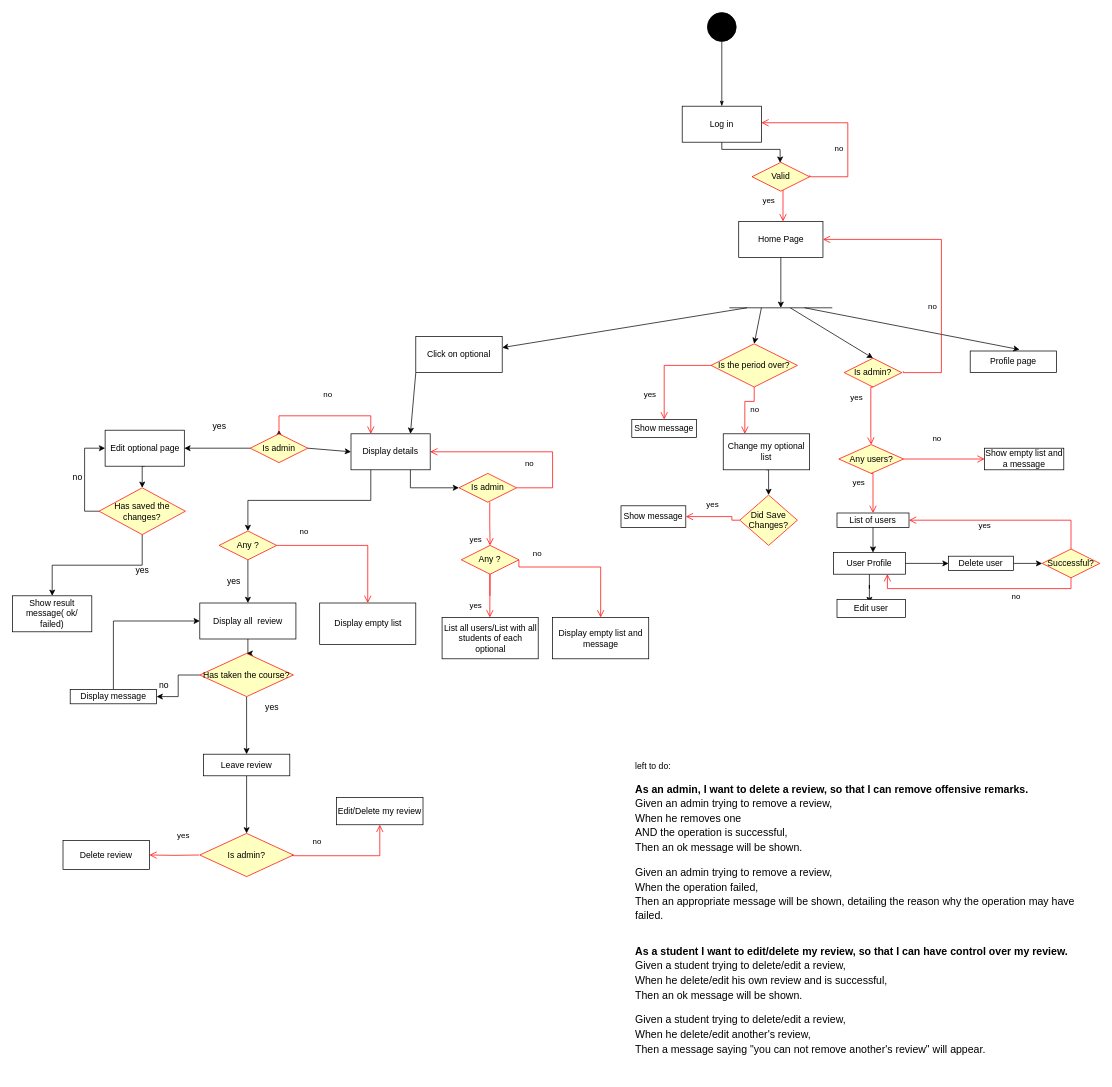
Earlier version of the draw.io diagram page "Page-5" (5 of 5) of ANUL 3 SEM I/Diagramă fără titlu.drawio (RobertaDiana/FMI-UNIBUC). Source tidied: cells renumbered, new cells numbered last; positions are measured from the earlier drawing's top-left corner, leaving out a move shared by most shapes. Both pictures are drawn from the tidied source at 72%, with x=0, y=0 at pixel (12, 12).
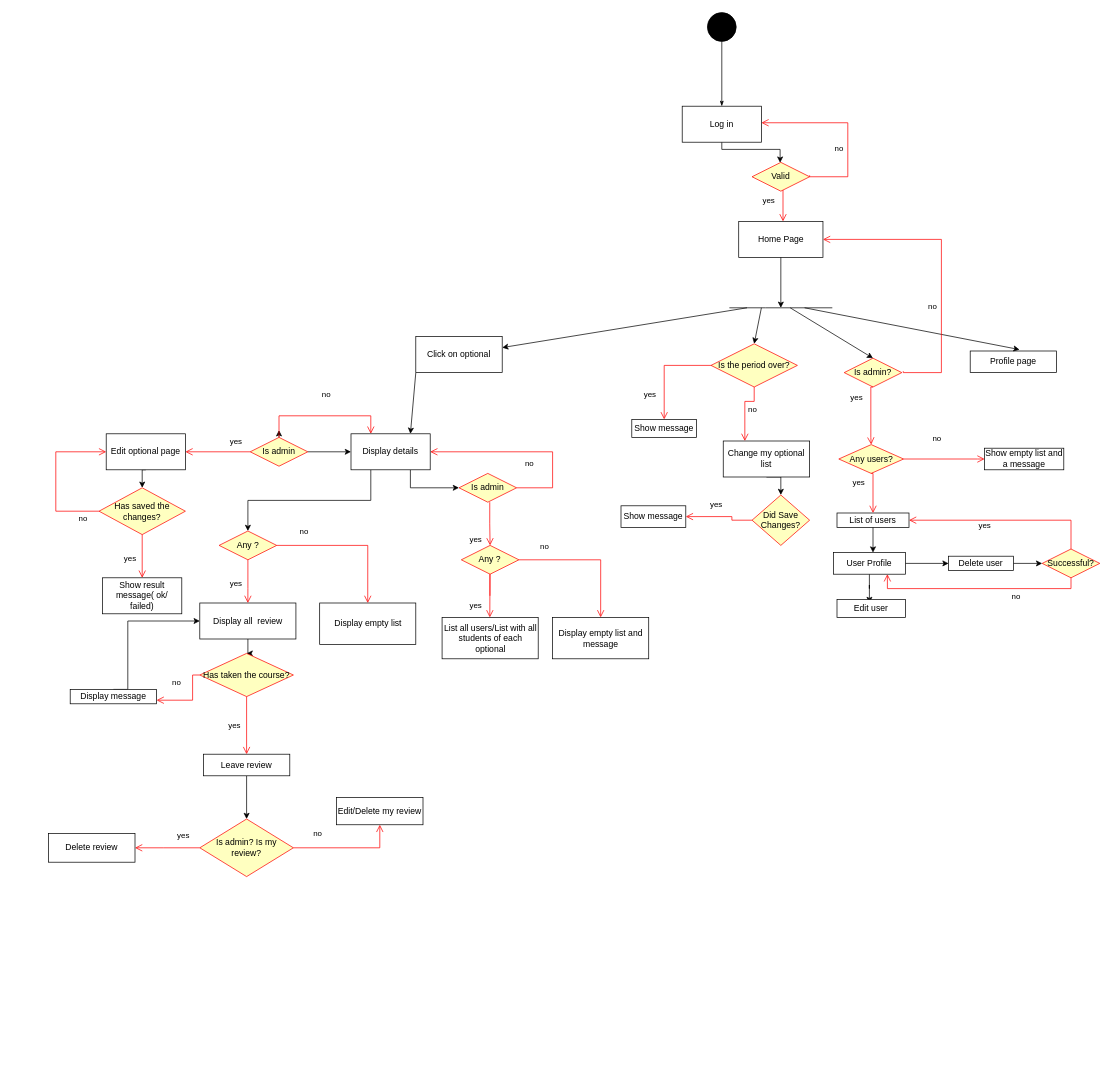
The same diagram, later.

Commit message:
Diagrama finala IS

The change refers to these unchanged cells:
```xml
<mxCell id="20" value="Any ?" style="rhombus;whiteSpace=wrap;html=1;fontColor=#000000;fillColor=#ffffc0;strokeColor=#ff0000;" parent="1" vertex="1">
  <mxGeometry x="623.2" y="740" width="80" height="40" as="geometry" />
</mxCell>
<mxCell id="21" value="Display empty list and message" style="rounded=0;whiteSpace=wrap;html=1;" parent="1" vertex="1">
  <mxGeometry x="750" y="840" width="133.5" height="57.5" as="geometry" />
</mxCell>
<mxCell id="31" value="Display all&amp;nbsp; review" style="rounded=0;whiteSpace=wrap;html=1;" parent="1" vertex="1">
  <mxGeometry x="260" y="820" width="133.5" height="50" as="geometry" />
</mxCell>
<mxCell id="33" value="Any ?" style="rhombus;whiteSpace=wrap;html=1;fontColor=#000000;fillColor=#ffffc0;strokeColor=#ff0000;" parent="1" vertex="1">
  <mxGeometry x="286.8" y="720" width="80" height="40" as="geometry" />
</mxCell>
<mxCell id="38" value="Has saved the changes?" style="rhombus;whiteSpace=wrap;html=1;fontColor=#000000;fillColor=#ffffc0;strokeColor=#ff0000;" parent="1" vertex="1">
  <mxGeometry x="120" y="660" width="120" height="65" as="geometry" />
</mxCell>
<mxCell id="42" value="Leave review" style="rounded=0;whiteSpace=wrap;html=1;" parent="1" vertex="1">
  <mxGeometry x="265" y="1030" width="120" height="30" as="geometry" />
</mxCell>
<mxCell id="45" value="Has taken the course?" style="rhombus;whiteSpace=wrap;html=1;fontColor=#000000;fillColor=#ffffc0;strokeColor=#ff0000;" parent="1" vertex="1">
  <mxGeometry x="260" y="890" width="130" height="60" as="geometry" />
</mxCell>
<mxCell id="49" value="Display message" style="rounded=0;whiteSpace=wrap;html=1;" parent="1" vertex="1">
  <mxGeometry x="80" y="940" width="120" height="20" as="geometry" />
</mxCell>
<mxCell id="75" value="Edit/Delete my review" style="rounded=0;whiteSpace=wrap;html=1;" parent="1" vertex="1">
  <mxGeometry x="450" y="1090" width="120" height="38" as="geometry" />
</mxCell>
```

Diff of the diagram source:
```diff
@@
     <mxCell id="24" value="Is admin" style="rhombus;whiteSpace=wrap;html=1;fontColor=#000000;fillColor=#ffffc0;strokeColor=#ff0000;" parent="1" vertex="1">
-      <mxGeometry x="330" y="585" width="80" height="40" as="geometry" />
+      <mxGeometry x="330" y="590" width="80" height="40" as="geometry" />
     </mxCell>
-    <mxCell id="25" value="yes" style="text;html=1;align=center;verticalAlign=middle;strokeColor=none;fillColor=none;" parent="1" vertex="1">
-      <mxGeometry x="266.8" y="560" width="40" height="30" as="geometry" />
-    </mxCell>
@@
     <mxCell id="27" value="Edit optional page" style="html=1;whiteSpace=wrap;" parent="1" vertex="1">
-      <mxGeometry x="128.5" y="580" width="110" height="50" as="geometry" />
+      <mxGeometry x="130" y="585" width="110" height="50" as="geometry" />
     </mxCell>
@@
-    <mxCell id="29" style="endArrow=classic;html=1;rounded=0;exitX=0;exitY=0.5;exitDx=0;exitDy=0;entryX=1;entryY=0.5;entryDx=0;entryDy=0;" parent="1" edge="1" source="24" target="27">
-      <mxGeometry relative="1" as="geometry" />
-    </mxCell>
@@
-    <mxCell id="32" style="edgeStyle=orthogonalEdgeStyle;rounded=0;jettySize=auto;html=1;" parent="1" edge="1" source="33" target="31">
-      <mxGeometry relative="1" as="geometry" />
-    </mxCell>
@@
     <mxCell id="35" value="Show result message( ok/ failed)" style="html=1;whiteSpace=wrap;" parent="1" vertex="1">
-      <mxGeometry y="810" width="110" height="50" as="geometry" />
+      <mxGeometry x="125" y="785" width="110" height="50" as="geometry" />
     </mxCell>
-    <mxCell id="36" style="edgeStyle=orthogonalEdgeStyle;rounded=0;jettySize=auto;html=1;exitX=0.5;exitY=1;exitDx=0;exitDy=0;" parent="1" edge="1" source="38" target="35">
-      <mxGeometry relative="1" as="geometry" />
-    </mxCell>
-    <mxCell id="37" style="edgeStyle=orthogonalEdgeStyle;rounded=0;jettySize=auto;html=1;exitX=0;exitY=0.5;exitDx=0;exitDy=0;entryX=0;entryY=0.5;entryDx=0;entryDy=0;" parent="1" edge="1" source="38" target="27">
-      <mxGeometry relative="1" as="geometry" />
-    </mxCell>
@@
-    <mxCell id="39" value="no" style="text;html=1;align=center;verticalAlign=middle;strokeColor=none;fillColor=none;" parent="1" vertex="1">
-      <mxGeometry x="70" y="630" width="40" height="30" as="geometry" />
-    </mxCell>
-    <mxCell id="40" value="yes" style="text;html=1;align=center;verticalAlign=middle;strokeColor=none;fillColor=none;" parent="1" vertex="1">
-      <mxGeometry x="160" y="760" width="40" height="30" as="geometry" />
-    </mxCell>
@@
-    <mxCell id="43" style="edgeStyle=orthogonalEdgeStyle;rounded=0;jettySize=auto;html=1;exitX=0.5;exitY=1;exitDx=0;exitDy=0;entryX=0.5;entryY=0;entryDx=0;entryDy=0;" parent="1" edge="1" source="45" target="42">
-      <mxGeometry relative="1" as="geometry" />
-    </mxCell>
-    <mxCell id="44" style="edgeStyle=orthogonalEdgeStyle;rounded=0;jettySize=auto;html=1;exitX=0;exitY=0.5;exitDx=0;exitDy=0;" parent="1" edge="1" source="45" target="49">
-      <mxGeometry relative="1" as="geometry" />
-    </mxCell>
@@
-    <mxCell id="46" value="yes" style="text;html=1;align=center;verticalAlign=middle;strokeColor=none;fillColor=none;" parent="1" vertex="1">
-      <mxGeometry x="340" y="950" width="40" height="30" as="geometry" />
-    </mxCell>
-    <mxCell id="47" value="no" style="text;html=1;align=center;verticalAlign=middle;strokeColor=none;fillColor=none;" parent="1" vertex="1">
-      <mxGeometry x="190" y="920" width="40" height="30" as="geometry" />
-    </mxCell>
     <mxCell id="48" style="edgeStyle=orthogonalEdgeStyle;rounded=0;jettySize=auto;html=1;exitX=0.5;exitY=0;exitDx=0;exitDy=0;entryX=0;entryY=0.5;entryDx=0;entryDy=0;" parent="1" edge="1" source="49" target="31">
-      <mxGeometry relative="1" as="geometry" />
+      <mxGeometry relative="1" as="geometry">
+        <Array as="points">
+          <mxPoint x="160" y="940" />
+          <mxPoint x="160" y="845" />
+        </Array>
+      </mxGeometry>
     </mxCell>
@@
     <mxCell id="51" value="Change my optional list" style="rounded=0;whiteSpace=wrap;html=1;" parent="1" vertex="1">
-      <mxGeometry x="987" y="585" width="120" height="50" as="geometry" />
+      <mxGeometry x="987" y="595" width="120" height="50" as="geometry" />
     </mxCell>
@@
     <mxCell id="55" value="Did Save Changes?" style="rhombus;whiteSpace=wrap;html=1;fontColor=#000000;fillColor=#ffffc0;strokeColor=#ff0000;" parent="1" vertex="1">
-      <mxGeometry x="1010" y="670" width="80" height="70" as="geometry" />
+      <mxGeometry x="1027" y="670" width="80" height="70" as="geometry" />
     </mxCell>
@@
-    <mxCell id="72" value="&lt;div&gt;left to do:&lt;/div&gt;&lt;div&gt;&lt;br&gt;&lt;p style=&quot;line-height:1.38;margin-top:0pt;margin-bottom:0pt;&quot; dir=&quot;ltr&quot;&gt;&lt;span style=&quot;font-size: 11pt; font-family: Arial, sans-serif; color: rgb(0, 0, 0); background-color: transparent; font-weight: 700; font-style: normal; font-variant: normal; text-decoration: none; vertical-align: baseline;&quot;&gt;As an admin, I want to delete a review, so that I can remove offensive remarks.&lt;/span&gt;&lt;/p&gt;&lt;p style=&quot;line-height:1.38;margin-top:0pt;margin-bottom:0pt;&quot; dir=&quot;ltr&quot;&gt;&lt;span style=&quot;font-size: 11pt; font-family: Arial, sans-serif; color: rgb(0, 0, 0); background-color: transparent; font-weight: 400; font-style: normal; font-variant: normal; text-decoration: none; vertical-align: baseline;&quot;&gt;Given an admin trying to remove a review,&lt;/span&gt;&lt;/p&gt;&lt;p style=&quot;line-height:1.38;margin-top:0pt;margin-bottom:0pt;&quot; dir=&quot;ltr&quot;&gt;&lt;span style=&quot;font-size: 11pt; font-family: Arial, sans-serif; color: rgb(0, 0, 0); background-color: transparent; font-weight: 400; font-style: normal; font-variant: normal; text-decoration: none; vertical-align: baseline;&quot;&gt;When he removes one&amp;nbsp;&lt;/span&gt;&lt;/p&gt;&lt;p style=&quot;line-height:1.38;margin-top:0pt;margin-bottom:0pt;&quot; dir=&quot;ltr&quot;&gt;&lt;span style=&quot;font-size: 11pt; font-family: Arial, sans-serif; color: rgb(0, 0, 0); background-color: transparent; font-weight: 400; font-style: normal; font-variant: normal; text-decoration: none; vertical-align: baseline;&quot;&gt;AND the operation is successful,&lt;/span&gt;&lt;/p&gt;&lt;p style=&quot;line-height:1.38;margin-top:0pt;margin-bottom:0pt;&quot; dir=&quot;ltr&quot;&gt;&lt;span style=&quot;font-size: 11pt; font-family: Arial, sans-serif; color: rgb(0, 0, 0); background-color: transparent; font-weight: 400; font-style: normal; font-variant: normal; text-decoration: none; vertical-align: baseline;&quot;&gt;Then an ok message will be shown.&lt;/span&gt;&lt;/p&gt;&lt;br&gt;&lt;p style=&quot;line-height:1.38;margin-top:0pt;margin-bottom:0pt;&quot; dir=&quot;ltr&quot;&gt;&lt;span style=&quot;font-size: 11pt; font-family: Arial, sans-serif; color: rgb(0, 0, 0); background-color: transparent; font-weight: 400; font-style: normal; font-variant: normal; text-decoration: none; vertical-align: baseline;&quot;&gt;Given an admin trying to remove a review,&lt;/span&gt;&lt;/p&gt;&lt;p style=&quot;line-height:1.38;margin-top:0pt;margin-bottom:0pt;&quot; dir=&quot;ltr&quot;&gt;&lt;span style=&quot;font-size: 11pt; font-family: Arial, sans-serif; color: rgb(0, 0, 0); background-color: transparent; font-weight: 400; font-style: normal; font-variant: normal; text-decoration: none; vertical-align: baseline;&quot;&gt;When the operation failed,&lt;/span&gt;&lt;/p&gt;&lt;p style=&quot;line-height:1.38;margin-top:0pt;margin-bottom:0pt;&quot; dir=&quot;ltr&quot;&gt;&lt;span style=&quot;font-size: 11pt; font-family: Arial, sans-serif; color: rgb(0, 0, 0); background-color: transparent; font-weight: 400; font-style: normal; font-variant: normal; text-decoration: none; vertical-align: baseline;&quot;&gt;Then an appropriate message will be shown, detailing the reason why the operation may have failed.&lt;/span&gt;&lt;/p&gt;&lt;br&gt;&lt;br&gt;&lt;p style=&quot;line-height:1.38;margin-top:0pt;margin-bottom:0pt;&quot; dir=&quot;ltr&quot;&gt;&lt;span style=&quot;font-size: 11pt; font-family: Arial, sans-serif; color: rgb(0, 0, 0); background-color: transparent; font-weight: 700; font-style: normal; font-variant: normal; text-decoration: none; vertical-align: baseline;&quot;&gt;As a student I want to edit/delete my review, so that I can have control over my review.&lt;/span&gt;&lt;/p&gt;&lt;p style=&quot;line-height:1.38;margin-top:0pt;margin-bottom:0pt;&quot; dir=&quot;ltr&quot;&gt;&lt;span style=&quot;font-size: 11pt; font-family: Arial, sans-serif; color: rgb(0, 0, 0); background-color: transparent; font-weight: 400; font-style: normal; font-variant: normal; text-decoration: none; vertical-align: baseline;&quot;&gt;Given a student trying to delete/edit a review,&lt;/span&gt;&lt;/p&gt;&lt;p style=&quot;line-height:1.38;margin-top:0pt;margin-bottom:0pt;&quot; dir=&quot;ltr&quot;&gt;&lt;span style=&quot;font-size: 11pt; font-family: Arial, sans-serif; color: rgb(0, 0, 0); background-color: transparent; font-weight: 400; font-style: normal; font-variant: normal; text-decoration: none; vertical-align: baseline;&quot;&gt;When he delete/edit his own review and is successful,&lt;/span&gt;&lt;/p&gt;&lt;p style=&quot;line-height:1.38;margin-top:0pt;margin-bottom:0pt;&quot; dir=&quot;ltr&quot;&gt;&lt;span style=&quot;font-size: 11pt; font-family: Arial, sans-serif; color: rgb(0, 0, 0); background-color: transparent; font-weight: 400; font-style: normal; font-variant: normal; text-decoration: none; vertical-align: baseline;&quot;&gt;Then an ok message will be shown.&lt;/span&gt;&lt;/p&gt;&lt;br&gt;&lt;p style=&quot;line-height:1.38;margin-top:0pt;margin-bottom:0pt;&quot; dir=&quot;ltr&quot;&gt;&lt;span style=&quot;font-size: 11pt; font-family: Arial, sans-serif; color: rgb(0, 0, 0); background-color: transparent; font-weight: 400; font-style: normal; font-variant: normal; text-decoration: none; vertical-align: baseline;&quot;&gt;Given a student trying to delete/edit a review,&lt;/span&gt;&lt;/p&gt;&lt;p style=&quot;line-height:1.38;margin-top:0pt;margin-bottom:0pt;&quot; dir=&quot;ltr&quot;&gt;&lt;span style=&quot;font-size: 11pt; font-family: Arial, sans-serif; color: rgb(0, 0, 0); background-color: transparent; font-weight: 400; font-style: normal; font-variant: normal; text-decoration: none; vertical-align: baseline;&quot;&gt;When he delete/edit another's review,&lt;/span&gt;&lt;/p&gt;&lt;p style=&quot;line-height:1.38;margin-top:0pt;margin-bottom:0pt;&quot; dir=&quot;ltr&quot;&gt;&lt;span style=&quot;font-size: 11pt; font-family: Arial, sans-serif; color: rgb(0, 0, 0); background-color: transparent; font-weight: 400; font-style: normal; font-variant: normal; text-decoration: none; vertical-align: baseline;&quot;&gt;Then a message saying &quot;you can not remove another's review&quot; will appear.&lt;/span&gt;&lt;/p&gt;&lt;br&gt;&lt;br&gt;&lt;br&gt;&lt;br&gt;&lt;br&gt;&lt;br&gt;&lt;br&gt;&lt;br&gt;&lt;br&gt;&lt;/div&gt;" style="text;html=1;strokeColor=none;fillColor=none;spacing=5;spacingTop=-20;whiteSpace=wrap;overflow=hidden;rounded=0;" parent="1" vertex="1">
-      <mxGeometry x="860" y="1050" width="620" height="425" as="geometry" />
-    </mxCell>
-    <mxCell id="73" value="Is admin?" style="rhombus;whiteSpace=wrap;html=1;fontColor=#000000;fillColor=#ffffc0;strokeColor=#ff0000;" parent="1" vertex="1">
-      <mxGeometry x="260" y="1140" width="130" height="60" as="geometry" />
+    <mxCell id="73" value="Is admin? Is my review?" style="rhombus;whiteSpace=wrap;html=1;fontColor=#000000;fillColor=#ffffc0;strokeColor=#ff0000;" parent="1" vertex="1">
+      <mxGeometry x="260" y="1120" width="130" height="80" as="geometry" />
     </mxCell>
-    <mxCell id="74" value="no" style="edgeStyle=orthogonalEdgeStyle;html=1;align=left;verticalAlign=bottom;endArrow=open;endSize=8;strokeColor=#ff0000;rounded=0;exitX=1;exitY=0.5;exitDx=0;exitDy=0;entryX=0.5;entryY=1;entryDx=0;entryDy=0;" parent="1" edge="1" target="75">
+    <mxCell id="74" value="no" style="edgeStyle=orthogonalEdgeStyle;html=1;align=left;verticalAlign=bottom;endArrow=open;endSize=8;strokeColor=#ff0000;rounded=0;entryX=0.5;entryY=1;entryDx=0;entryDy=0;exitX=1;exitY=0.5;exitDx=0;exitDy=0;" parent="1" edge="1" source="73" target="75">
       <mxGeometry x="-0.66" y="11" relative="1" as="geometry">
-        <mxPoint x="389" y="1169" as="sourcePoint" />
         <Array as="points">
-          <mxPoint x="389" y="1171" />
-          <mxPoint x="510" y="1171" />
+          <mxPoint x="510" y="1160" />
         </Array>
       </mxGeometry>
     </mxCell>
@@
-    <mxCell id="76" value="yes" style="edgeStyle=orthogonalEdgeStyle;html=1;align=left;verticalAlign=top;endArrow=open;endSize=8;strokeColor=#ff0000;rounded=0;entryX=1;entryY=0.5;entryDx=0;entryDy=0;" parent="1" edge="1" target="77">
-      <mxGeometry x="-0.12" y="-40" relative="1" as="geometry">
-        <mxPoint x="259" y="1170" as="sourcePoint" />
+    <mxCell id="76" value="yes" style="edgeStyle=orthogonalEdgeStyle;html=1;align=left;verticalAlign=top;endArrow=open;endSize=8;strokeColor=#ff0000;rounded=0;entryX=1;entryY=0.5;entryDx=0;entryDy=0;exitX=0;exitY=0.5;exitDx=0;exitDy=0;" parent="1" edge="1" source="73" target="77">
+      <mxGeometry x="-0.27" y="-30" relative="1" as="geometry">
+        <Array as="points">
+          <mxPoint x="210" y="1160" />
+          <mxPoint x="210" y="1160" />
+        </Array>
       </mxGeometry>
     </mxCell>
     <mxCell id="77" value="Delete review" style="rounded=0;whiteSpace=wrap;html=1;" parent="1" vertex="1">
-      <mxGeometry x="70" y="1150" width="120" height="40" as="geometry" />
+      <mxGeometry x="50" y="1140" width="120" height="40" as="geometry" />
     </mxCell>
@@
     <mxCell id="89" value="no" style="edgeStyle=orthogonalEdgeStyle;html=1;align=left;verticalAlign=bottom;endArrow=open;endSize=8;strokeColor=#ff0000;rounded=0;entryX=0.5;entryY=0;entryDx=0;entryDy=0;exitX=1;exitY=0.5;exitDx=0;exitDy=0;" parent="1" edge="1" source="20" target="21">
       <mxGeometry x="-0.71" y="10" relative="1" as="geometry">
         <Array as="points">
-          <mxPoint x="817" y="770" />
+          <mxPoint x="817" y="760" />
         </Array>
       </mxGeometry>
     </mxCell>
@@
-    <mxCell id="92" value="yes" style="text;html=1;align=center;verticalAlign=middle;strokeColor=none;fillColor=none;" parent="1" vertex="1">
-      <mxGeometry x="286.8" y="775" width="40" height="30" as="geometry" />
-    </mxCell>
+    <mxCell id="32" value="yes" style="edgeStyle=orthogonalEdgeStyle;html=1;align=left;verticalAlign=top;endArrow=open;endSize=8;strokeColor=#ff0000;rounded=0;exitX=0.5;exitY=1;exitDx=0;exitDy=0;entryX=0.5;entryY=0;entryDx=0;entryDy=0;" parent="1" edge="1" source="33" target="31">
+      <mxGeometry x="-0.33" y="-27" relative="1" as="geometry">
+        <Array as="points">
+          <mxPoint x="327" y="800" />
+          <mxPoint x="327" y="800" />
+        </Array>
+      </mxGeometry>
+    </mxCell>
+    <mxCell id="43" value="yes" style="edgeStyle=orthogonalEdgeStyle;html=1;align=left;verticalAlign=top;endArrow=open;endSize=8;strokeColor=#ff0000;rounded=0;exitX=0.5;exitY=1;exitDx=0;exitDy=0;entryX=0.5;entryY=0;entryDx=0;entryDy=0;" parent="1" edge="1" source="45" target="42">
+      <mxGeometry x="-0.33" y="-27" relative="1" as="geometry" />
+    </mxCell>
+    <mxCell id="29" value="yes" style="edgeStyle=orthogonalEdgeStyle;html=1;align=left;verticalAlign=top;endArrow=open;endSize=8;strokeColor=#ff0000;rounded=0;exitX=0;exitY=0.5;exitDx=0;exitDy=0;entryX=1;entryY=0.5;entryDx=0;entryDy=0;" parent="1" edge="1" source="24" target="27">
+      <mxGeometry x="-0.33" y="-27" relative="1" as="geometry" />
+    </mxCell>
+    <mxCell id="37" value="no" style="edgeStyle=orthogonalEdgeStyle;html=1;align=left;verticalAlign=bottom;endArrow=open;endSize=8;strokeColor=#ff0000;rounded=0;exitX=0;exitY=0.5;exitDx=0;exitDy=0;entryX=0;entryY=0.5;entryDx=0;entryDy=0;" parent="1" edge="1" source="38" target="27">
+      <mxGeometry x="-0.72" y="18" relative="1" as="geometry">
+        <Array as="points">
+          <mxPoint x="60" y="693" />
+          <mxPoint x="60" y="610" />
+        </Array>
+      </mxGeometry>
+    </mxCell>
+    <mxCell id="36" value="yes" style="edgeStyle=orthogonalEdgeStyle;html=1;align=left;verticalAlign=top;endArrow=open;endSize=8;strokeColor=#ff0000;rounded=0;exitX=0.5;exitY=1;exitDx=0;exitDy=0;entryX=0.5;entryY=0;entryDx=0;entryDy=0;" parent="1" edge="1" source="38" target="35">
+      <mxGeometry x="-0.33" y="-27" relative="1" as="geometry" />
+    </mxCell>
+    <mxCell id="44" value="no" style="edgeStyle=orthogonalEdgeStyle;html=1;align=left;verticalAlign=bottom;endArrow=open;endSize=8;strokeColor=#ff0000;rounded=0;entryX=1;entryY=0.75;entryDx=0;entryDy=0;exitX=0;exitY=0.5;exitDx=0;exitDy=0;" parent="1" edge="1" source="45" target="49">
+      <mxGeometry x="0.58" y="-15" relative="1" as="geometry">
+        <Array as="points">
+          <mxPoint x="250" y="920" />
+          <mxPoint x="250" y="955" />
+        </Array>
+      </mxGeometry>
+    </mxCell>
```
